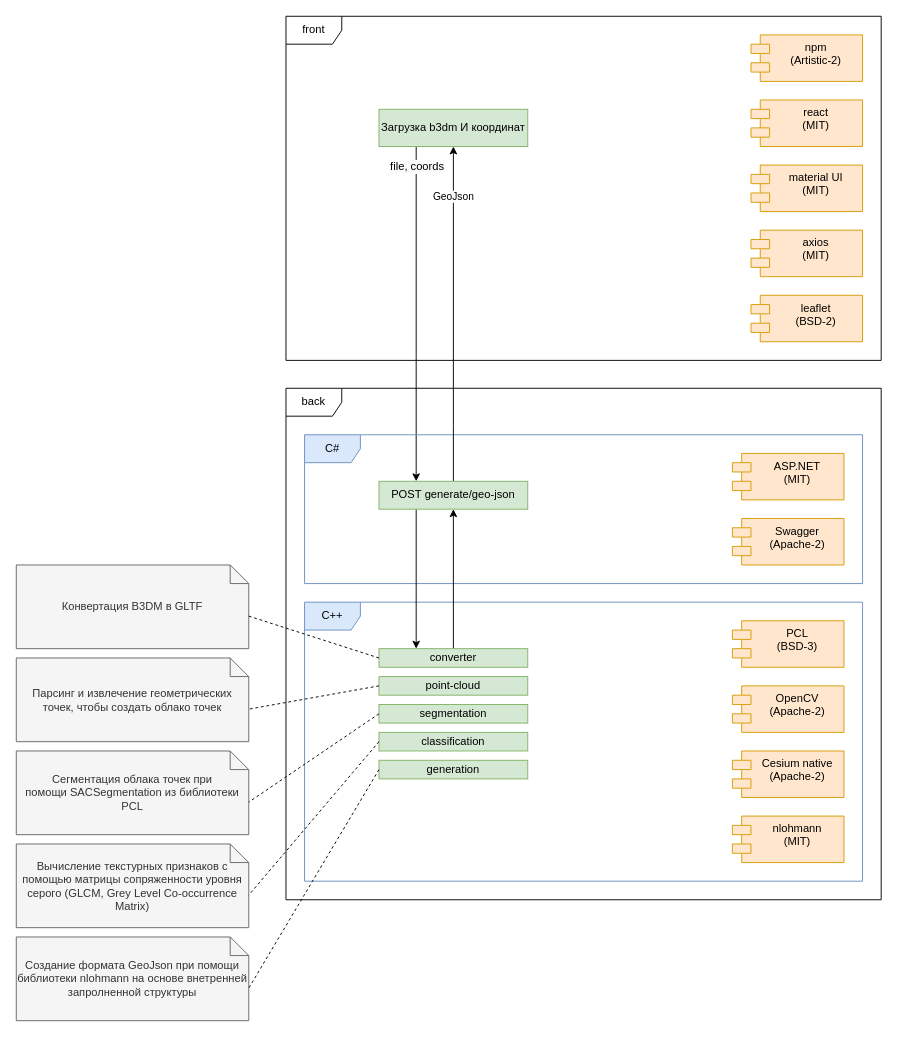
This is geozilla-scheme.drawio from Nikolay961996/geozilla, a draw.io file, before an edit. Source tidied: cells renumbered, new cells numbered last; positions are measured from the earlier drawing's top-left corner, leaving out a move shared by most shapes. Both pictures are drawn from the tidied source at 93%, with x=0, y=0 at pixel (16, 16).
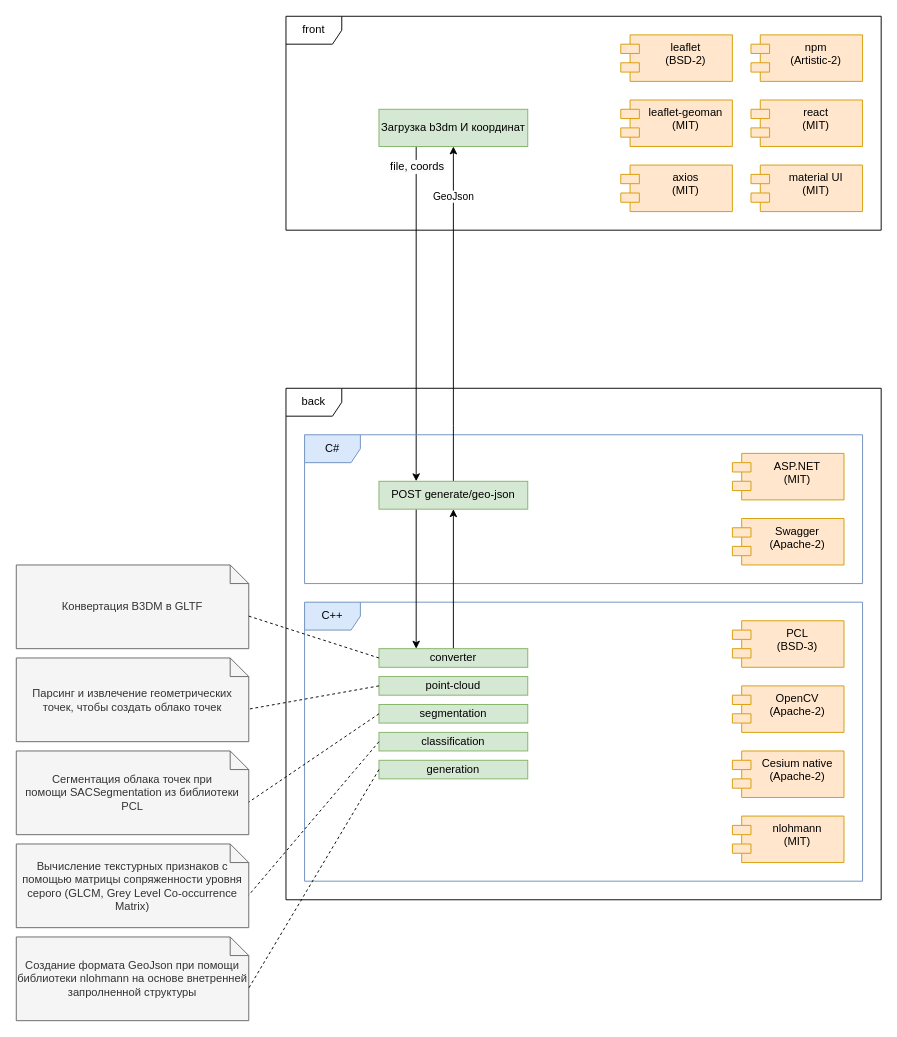
The same page after the edit.

What changed in the source:
```diff
@@
     <mxCell id="2" value="front" style="shape=umlFrame;whiteSpace=wrap;html=1;" parent="1" vertex="1">
-      <mxGeometry x="290" width="640" height="370" as="geometry" />
+      <mxGeometry x="290" width="640" height="230" as="geometry" />
     </mxCell>
@@
     <mxCell id="4" value="leaflet&lt;div&gt;(BSD-2)&lt;/div&gt;" style="shape=module;align=left;spacingLeft=20;align=center;verticalAlign=top;whiteSpace=wrap;html=1;fillColor=#ffe6cc;strokeColor=#d79b00;" parent="1" vertex="1">
-      <mxGeometry x="790" y="300" width="120" height="50" as="geometry" />
+      <mxGeometry x="650" y="20" width="120" height="50" as="geometry" />
     </mxCell>
@@
     <mxCell id="7" value="axios&lt;div&gt;(MIT)&lt;br&gt;&lt;/div&gt;" style="shape=module;align=left;spacingLeft=20;align=center;verticalAlign=top;whiteSpace=wrap;html=1;fillColor=#ffe6cc;strokeColor=#d79b00;" parent="1" vertex="1">
-      <mxGeometry x="790" y="230" width="120" height="50" as="geometry" />
+      <mxGeometry x="650" y="160" width="120" height="50" as="geometry" />
     </mxCell>
@@
+    <mxCell id="39" value="leaflet-geoman&lt;div&gt;(MIT)&lt;/div&gt;" style="shape=module;align=left;spacingLeft=20;align=center;verticalAlign=top;whiteSpace=wrap;html=1;fillColor=#ffe6cc;strokeColor=#d79b00;" parent="1" vertex="1">
+      <mxGeometry x="650" y="90" width="120" height="50" as="geometry" />
+    </mxCell>
```
